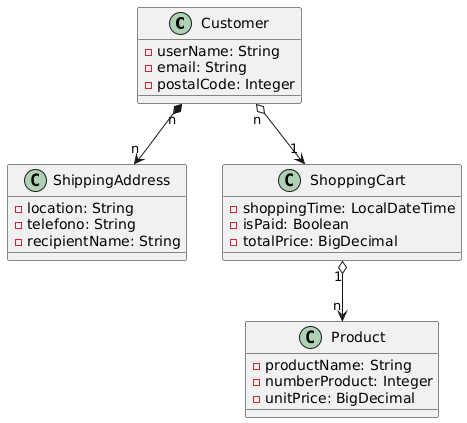
Above: docs/E-commerce-platform.model.png in miw-upm/apaw-practice (PlantUML), before the change.
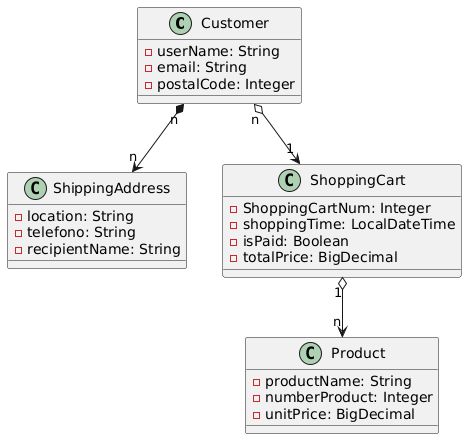
After the commit.

What changed in the source:
```diff
@@ -18,6 +18,7 @@
 }
 
 class ShoppingCart {
+    - ShoppingCartNum: Integer
     - shoppingTime: LocalDateTime
     - isPaid: Boolean
     - totalPrice: BigDecimal
```
